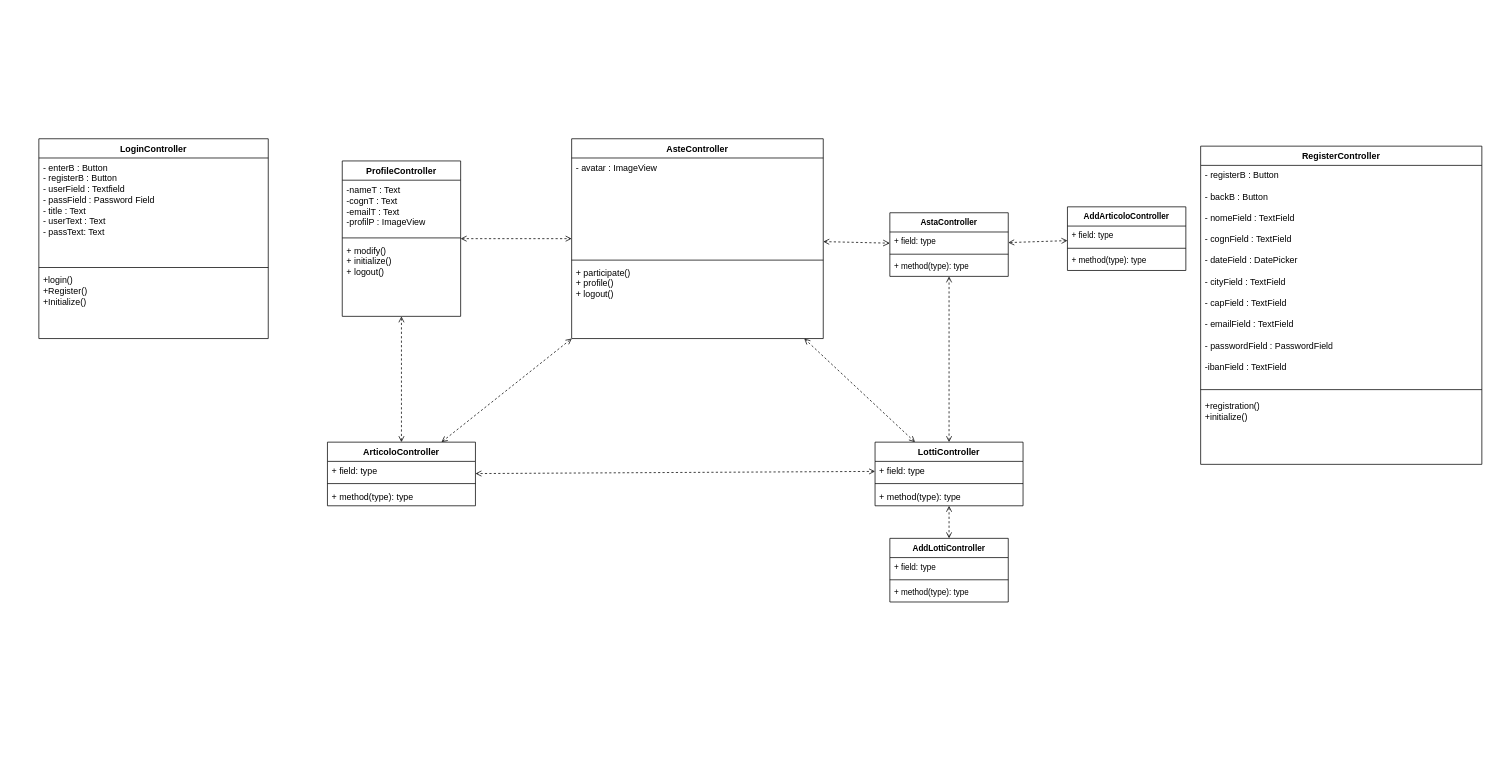
The draw.io diagram documenti/DC-Controller.drawio in Chaos-Rat/GAO, before the edit. Source tidied: cells renumbered, new cells numbered last; positions are measured from the earlier drawing's top-left corner, leaving out a move shared by most shapes. Both pictures are drawn from the tidied source at 74%, with x=0, y=0 at pixel (38, 138).
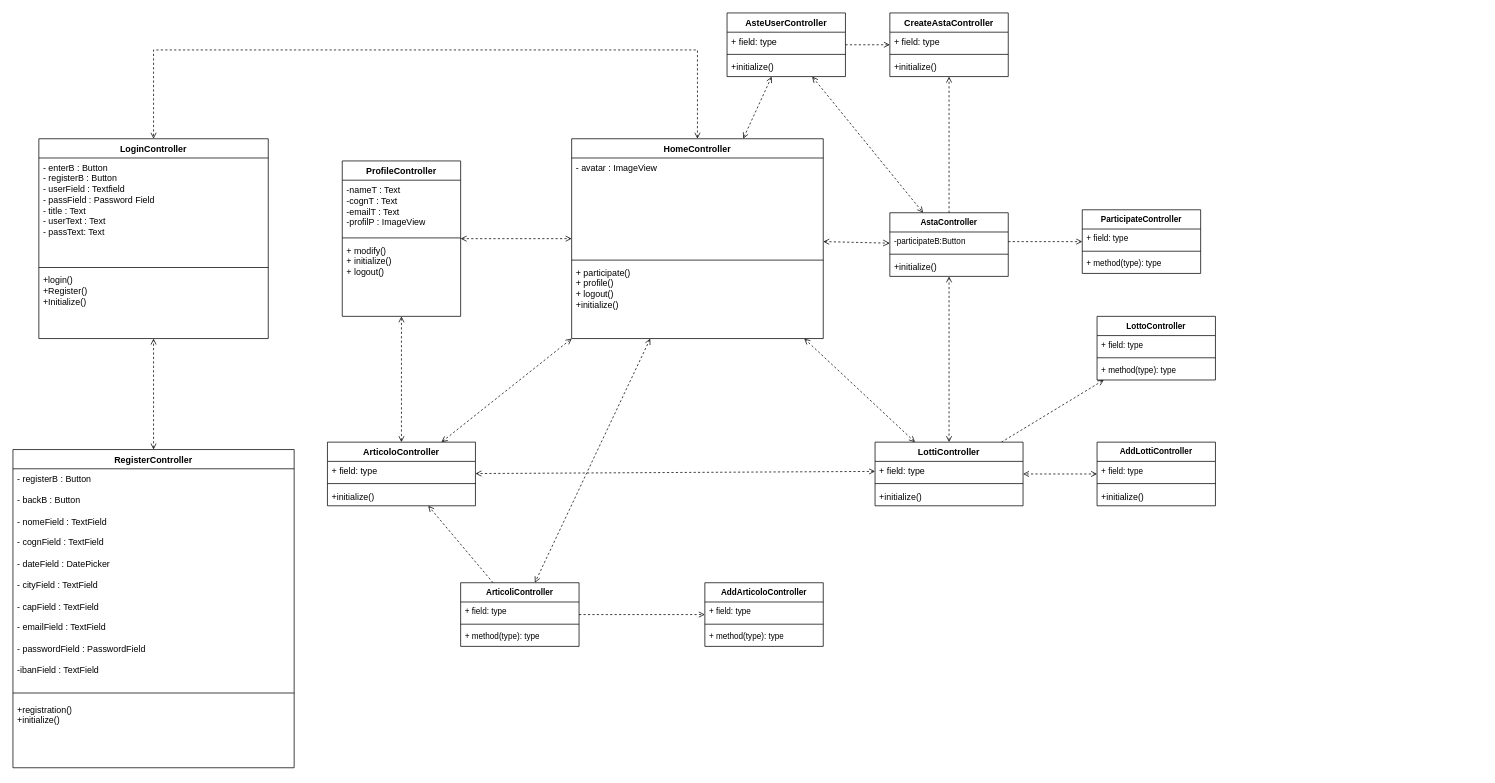
The same diagram, later.

Unchanged cells that the change refers to:
```xml
<mxCell id="6" value="LoginController" style="swimlane;fontStyle=1;align=center;verticalAlign=top;horizontal=1;startSize=26;whiteSpace=wrap;html=1;" parent="1" vertex="1">
  <mxGeometry width="310" height="270" as="geometry" />
</mxCell>
<mxCell id="20" value="LottiController" style="swimlane;fontStyle=1;align=center;verticalAlign=top;horizontal=1;startSize=26;whiteSpace=wrap;html=1;" parent="1" vertex="1">
  <mxGeometry x="1130" y="410" width="200" height="86" as="geometry" />
</mxCell>
<mxCell id="25" value="ArticoloController" style="swimlane;fontStyle=1;align=center;verticalAlign=top;horizontal=1;startSize=26;whiteSpace=wrap;html=1;" parent="1" vertex="1">
  <mxGeometry x="390" y="410" width="200" height="86" as="geometry" />
</mxCell>
<mxCell id="32" value="AstaController" style="swimlane;fontStyle=1;align=center;verticalAlign=top;horizontal=1;startSize=26;whiteSpace=wrap;html=1;fontFamily=Helvetica;fontSize=11;fontColor=default;labelBackgroundColor=default;" parent="1" vertex="1">
  <mxGeometry x="1150" y="100" width="160" height="86" as="geometry" />
</mxCell>
```

What changed in the source:
```diff
@@
+    <mxCell id="47" style="edgeStyle=orthogonalEdgeStyle;rounded=0;jettySize=auto;html=1;dashed=1;endArrow=open;endFill=0;startArrow=open;startFill=0;" parent="1" edge="1" source="2" target="6">
+      <mxGeometry relative="1" as="geometry">
+        <Array as="points">
+          <mxPoint x="890" y="-120" />
+          <mxPoint x="155" y="-120" />
+        </Array>
+      </mxGeometry>
+    </mxCell>
+    <mxCell id="48" style="edgeStyle=none;rounded=0;jettySize=auto;html=1;dashed=1;strokeColor=default;align=center;verticalAlign=middle;fontFamily=Helvetica;fontSize=11;fontColor=default;labelBackgroundColor=default;endArrow=open;endFill=0;startArrow=open;startFill=0;" parent="1" edge="1" source="2" target="69">
+      <mxGeometry relative="1" as="geometry" />
+    </mxCell>
-    <mxCell id="2" value="AsteController" style="swimlane;fontStyle=1;align=center;verticalAlign=top;horizontal=1;startSize=26;whiteSpace=wrap;html=1;" parent="1" vertex="1">
+    <mxCell id="2" value="HomeController" style="swimlane;fontStyle=1;align=center;verticalAlign=top;horizontal=1;startSize=26;whiteSpace=wrap;html=1;" parent="1" vertex="1">
       <mxGeometry x="720" width="340" height="270" as="geometry" />
     </mxCell>
@@
-    <mxCell id="5" value="+ participate()&lt;div&gt;+ profile()&lt;/div&gt;&lt;div&gt;+ logout()&lt;/div&gt;" style="text;strokeColor=none;fillColor=none;align=left;verticalAlign=top;spacingLeft=4;spacingRight=4;overflow=hidden;whiteSpace=wrap;html=1;" parent="2" vertex="1">
+    <mxCell id="5" value="+ participate()&lt;div&gt;+ profile()&lt;/div&gt;&lt;div&gt;+ logout()&lt;/div&gt;&lt;div&gt;+initialize()&lt;/div&gt;" style="text;strokeColor=none;fillColor=none;align=left;verticalAlign=top;spacingLeft=4;spacingRight=4;overflow=hidden;whiteSpace=wrap;html=1;" parent="2" vertex="1">
       <mxGeometry y="168" width="340" height="102" as="geometry" />
     </mxCell>
@@
+    <mxCell id="49" style="edgeStyle=orthogonalEdgeStyle;rounded=0;jettySize=auto;html=1;endArrow=open;endFill=0;dashed=1;startArrow=open;startFill=0;" parent="1" edge="1" source="10" target="6">
+      <mxGeometry relative="1" as="geometry" />
+    </mxCell>
     <mxCell id="10" value="RegisterController" style="swimlane;fontStyle=1;align=center;verticalAlign=top;horizontal=1;startSize=26;whiteSpace=wrap;html=1;" parent="1" vertex="1">
-      <mxGeometry x="1570" y="10" width="380" height="430" as="geometry" />
+      <mxGeometry x="-35" y="420" width="380" height="430" as="geometry" />
     </mxCell>
@@
+    <mxCell id="50" style="edgeStyle=none;rounded=0;jettySize=auto;html=1;dashed=1;strokeColor=default;align=center;verticalAlign=middle;fontFamily=Helvetica;fontSize=11;fontColor=default;labelBackgroundColor=default;endArrow=open;endFill=0;" parent="1" edge="1" source="20" target="63">
+      <mxGeometry relative="1" as="geometry" />
+    </mxCell>
@@
-    <mxCell id="23" value="+ method(type): type" style="text;strokeColor=none;fillColor=none;align=left;verticalAlign=top;spacingLeft=4;spacingRight=4;overflow=hidden;whiteSpace=wrap;html=1;" parent="20" vertex="1">
+    <mxCell id="23" value="+initialize()" style="text;strokeColor=none;fillColor=none;align=left;verticalAlign=top;spacingLeft=4;spacingRight=4;overflow=hidden;whiteSpace=wrap;html=1;" parent="20" vertex="1">
       <mxGeometry y="60" width="200" height="26" as="geometry" />
     </mxCell>
@@
-    <mxCell id="28" value="+ method(type): type" style="text;strokeColor=none;fillColor=none;align=left;verticalAlign=top;spacingLeft=4;spacingRight=4;overflow=hidden;whiteSpace=wrap;html=1;" parent="25" vertex="1">
+    <mxCell id="28" value="+initialize()" style="text;strokeColor=none;fillColor=none;align=left;verticalAlign=top;spacingLeft=4;spacingRight=4;overflow=hidden;whiteSpace=wrap;html=1;" parent="25" vertex="1">
       <mxGeometry y="60" width="200" height="26" as="geometry" />
     </mxCell>
@@
+    <mxCell id="51" style="edgeStyle=none;rounded=0;jettySize=auto;html=1;dashed=1;strokeColor=default;align=center;verticalAlign=middle;fontFamily=Helvetica;fontSize=11;fontColor=default;labelBackgroundColor=default;endArrow=open;endFill=0;" parent="1" edge="1" source="32" target="59">
+      <mxGeometry relative="1" as="geometry" />
+    </mxCell>
@@
-    <mxCell id="33" value="+ field: type" style="text;strokeColor=none;fillColor=none;align=left;verticalAlign=top;spacingLeft=4;spacingRight=4;overflow=hidden;points=[[0,0.5],[1,0.5]];portConstraint=eastwest;whiteSpace=wrap;html=1;fontFamily=Helvetica;fontSize=11;fontColor=default;labelBackgroundColor=default;" parent="32" vertex="1">
+    <mxCell id="33" value="-participateB:Button" style="text;strokeColor=none;fillColor=none;align=left;verticalAlign=top;spacingLeft=4;spacingRight=4;overflow=hidden;points=[[0,0.5],[1,0.5]];portConstraint=eastwest;whiteSpace=wrap;html=1;fontFamily=Helvetica;fontSize=11;fontColor=default;labelBackgroundColor=default;" parent="32" vertex="1">
       <mxGeometry y="26" width="160" height="26" as="geometry" />
     </mxCell>
@@
-    <mxCell id="35" value="+ method(type): type" style="text;strokeColor=none;fillColor=none;align=left;verticalAlign=top;spacingLeft=4;spacingRight=4;overflow=hidden;whiteSpace=wrap;html=1;fontFamily=Helvetica;fontSize=11;fontColor=default;labelBackgroundColor=default;" parent="32" vertex="1">
+    <mxCell id="35" value="&lt;span style=&quot;font-size: 12px; background-color: rgb(251, 251, 251);&quot;&gt;+initialize()&lt;/span&gt;" style="text;strokeColor=none;fillColor=none;align=left;verticalAlign=top;spacingLeft=4;spacingRight=4;overflow=hidden;whiteSpace=wrap;html=1;fontFamily=Helvetica;fontSize=11;fontColor=default;labelBackgroundColor=default;" parent="32" vertex="1">
       <mxGeometry y="60" width="160" height="26" as="geometry" />
     </mxCell>
@@
     <mxCell id="38" value="AddLottiController" style="swimlane;fontStyle=1;align=center;verticalAlign=top;horizontal=1;startSize=26;whiteSpace=wrap;html=1;fontFamily=Helvetica;fontSize=11;fontColor=default;labelBackgroundColor=default;" parent="1" vertex="1">
-      <mxGeometry x="1150" y="540" width="160" height="86" as="geometry" />
+      <mxGeometry x="1430" y="410" width="160" height="86" as="geometry" />
     </mxCell>
@@
-    <mxCell id="41" value="+ method(type): type" style="text;strokeColor=none;fillColor=none;align=left;verticalAlign=top;spacingLeft=4;spacingRight=4;overflow=hidden;whiteSpace=wrap;html=1;fontFamily=Helvetica;fontSize=11;fontColor=default;labelBackgroundColor=default;" parent="38" vertex="1">
+    <mxCell id="41" value="&lt;span style=&quot;font-size: 12px; background-color: rgb(251, 251, 251);&quot;&gt;+initialize()&lt;/span&gt;" style="text;strokeColor=none;fillColor=none;align=left;verticalAlign=top;spacingLeft=4;spacingRight=4;overflow=hidden;whiteSpace=wrap;html=1;fontFamily=Helvetica;fontSize=11;fontColor=default;labelBackgroundColor=default;" parent="38" vertex="1">
       <mxGeometry y="60" width="160" height="26" as="geometry" />
     </mxCell>
-    <mxCell id="42" style="edgeStyle=none;rounded=0;jettySize=auto;html=1;dashed=1;strokeColor=default;align=center;verticalAlign=middle;fontFamily=Helvetica;fontSize=11;fontColor=default;labelBackgroundColor=default;startArrow=open;startFill=0;endArrow=open;endFill=0;" parent="1" edge="1" source="43" target="32">
-      <mxGeometry relative="1" as="geometry" />
-    </mxCell>
+    <mxCell id="52" style="rounded=0;jettySize=auto;html=1;dashed=1;endArrow=open;endFill=0;" parent="1" edge="1" source="55" target="59">
+      <mxGeometry relative="1" as="geometry" />
+    </mxCell>
+    <mxCell id="53" style="edgeStyle=none;rounded=0;jettySize=auto;html=1;dashed=1;strokeColor=default;align=center;verticalAlign=middle;fontFamily=Helvetica;fontSize=11;fontColor=default;labelBackgroundColor=default;endArrow=open;endFill=0;startArrow=open;startFill=0;" parent="1" edge="1" source="55" target="2">
+      <mxGeometry relative="1" as="geometry" />
+    </mxCell>
+    <mxCell id="54" style="edgeStyle=none;rounded=0;jettySize=auto;html=1;dashed=1;strokeColor=default;align=center;verticalAlign=middle;fontFamily=Helvetica;fontSize=11;fontColor=default;labelBackgroundColor=default;endArrow=open;endFill=0;startArrow=open;startFill=0;" parent="1" edge="1" source="55" target="32">
+      <mxGeometry relative="1" as="geometry" />
+    </mxCell>
+    <mxCell id="55" value="AsteUserController" style="swimlane;fontStyle=1;align=center;verticalAlign=top;horizontal=1;startSize=26;whiteSpace=wrap;html=1;" parent="1" vertex="1">
+      <mxGeometry x="930" y="-170" width="160" height="86" as="geometry" />
+    </mxCell>
+    <mxCell id="56" value="+ field: type" style="text;strokeColor=none;fillColor=none;align=left;verticalAlign=top;spacingLeft=4;spacingRight=4;overflow=hidden;whiteSpace=wrap;html=1;" parent="55" vertex="1">
+      <mxGeometry y="26" width="160" height="26" as="geometry" />
+    </mxCell>
+    <mxCell id="57" style="line;strokeWidth=1;fillColor=none;align=left;verticalAlign=middle;spacingTop=-1;spacingLeft=3;spacingRight=3;labelPosition=right;strokeColor=inherit;" parent="55" vertex="1">
+      <mxGeometry y="52" width="160" height="8" as="geometry" />
+    </mxCell>
+    <mxCell id="58" value="+initialize()" style="text;strokeColor=none;fillColor=none;align=left;verticalAlign=top;spacingLeft=4;spacingRight=4;overflow=hidden;whiteSpace=wrap;html=1;" parent="55" vertex="1">
+      <mxGeometry y="60" width="160" height="26" as="geometry" />
+    </mxCell>
+    <mxCell id="59" value="CreateAstaController" style="swimlane;fontStyle=1;align=center;verticalAlign=top;horizontal=1;startSize=26;whiteSpace=wrap;html=1;" parent="1" vertex="1">
+      <mxGeometry x="1150" y="-170" width="160" height="86" as="geometry" />
+    </mxCell>
+    <mxCell id="60" value="+ field: type" style="text;strokeColor=none;fillColor=none;align=left;verticalAlign=top;spacingLeft=4;spacingRight=4;overflow=hidden;whiteSpace=wrap;html=1;" parent="59" vertex="1">
+      <mxGeometry y="26" width="160" height="26" as="geometry" />
+    </mxCell>
+    <mxCell id="61" style="line;strokeWidth=1;fillColor=none;align=left;verticalAlign=middle;spacingTop=-1;spacingLeft=3;spacingRight=3;labelPosition=right;strokeColor=inherit;" parent="59" vertex="1">
+      <mxGeometry y="52" width="160" height="8" as="geometry" />
+    </mxCell>
+    <mxCell id="62" value="+initialize()" style="text;strokeColor=none;fillColor=none;align=left;verticalAlign=top;spacingLeft=4;spacingRight=4;overflow=hidden;whiteSpace=wrap;html=1;" parent="59" vertex="1">
+      <mxGeometry y="60" width="160" height="26" as="geometry" />
+    </mxCell>
+    <mxCell id="63" value="LottoController" style="swimlane;fontStyle=1;align=center;verticalAlign=top;horizontal=1;startSize=26;whiteSpace=wrap;html=1;fontFamily=Helvetica;fontSize=11;fontColor=default;labelBackgroundColor=default;" parent="1" vertex="1">
+      <mxGeometry x="1430" y="240" width="160" height="86" as="geometry" />
+    </mxCell>
+    <mxCell id="64" value="+ field: type" style="text;strokeColor=none;fillColor=none;align=left;verticalAlign=top;spacingLeft=4;spacingRight=4;overflow=hidden;whiteSpace=wrap;html=1;fontFamily=Helvetica;fontSize=11;fontColor=default;labelBackgroundColor=default;" parent="63" vertex="1">
+      <mxGeometry y="26" width="160" height="26" as="geometry" />
+    </mxCell>
+    <mxCell id="65" style="line;strokeWidth=1;fillColor=none;align=left;verticalAlign=middle;spacingTop=-1;spacingLeft=3;spacingRight=3;labelPosition=right;strokeColor=inherit;fontFamily=Helvetica;fontSize=11;fontColor=default;labelBackgroundColor=default;" parent="63" vertex="1">
+      <mxGeometry y="52" width="160" height="8" as="geometry" />
+    </mxCell>
+    <mxCell id="66" value="+ method(type): type" style="text;strokeColor=none;fillColor=none;align=left;verticalAlign=top;spacingLeft=4;spacingRight=4;overflow=hidden;whiteSpace=wrap;html=1;fontFamily=Helvetica;fontSize=11;fontColor=default;labelBackgroundColor=default;" parent="63" vertex="1">
+      <mxGeometry y="60" width="160" height="26" as="geometry" />
+    </mxCell>
+    <mxCell id="67" style="edgeStyle=none;rounded=0;jettySize=auto;html=1;dashed=1;strokeColor=default;align=center;verticalAlign=middle;fontFamily=Helvetica;fontSize=11;fontColor=default;labelBackgroundColor=default;endArrow=open;endFill=0;" parent="1" edge="1" source="69" target="43">
+      <mxGeometry relative="1" as="geometry" />
+    </mxCell>
+    <mxCell id="68" style="edgeStyle=none;rounded=0;jettySize=auto;html=1;dashed=1;strokeColor=default;align=center;verticalAlign=middle;fontFamily=Helvetica;fontSize=11;fontColor=default;labelBackgroundColor=default;endArrow=open;endFill=0;" parent="1" edge="1" source="69" target="25">
+      <mxGeometry relative="1" as="geometry" />
+    </mxCell>
+    <mxCell id="69" value="ArticoliController" style="swimlane;fontStyle=1;align=center;verticalAlign=top;horizontal=1;startSize=26;whiteSpace=wrap;html=1;fontFamily=Helvetica;fontSize=11;fontColor=default;labelBackgroundColor=default;" parent="1" vertex="1">
+      <mxGeometry x="570" y="600" width="160" height="86" as="geometry" />
+    </mxCell>
+    <mxCell id="70" value="+ field: type" style="text;strokeColor=none;fillColor=none;align=left;verticalAlign=top;spacingLeft=4;spacingRight=4;overflow=hidden;whiteSpace=wrap;html=1;fontFamily=Helvetica;fontSize=11;fontColor=default;labelBackgroundColor=default;" parent="69" vertex="1">
+      <mxGeometry y="26" width="160" height="26" as="geometry" />
+    </mxCell>
+    <mxCell id="71" style="line;strokeWidth=1;fillColor=none;align=left;verticalAlign=middle;spacingTop=-1;spacingLeft=3;spacingRight=3;labelPosition=right;strokeColor=inherit;fontFamily=Helvetica;fontSize=11;fontColor=default;labelBackgroundColor=default;" parent="69" vertex="1">
+      <mxGeometry y="52" width="160" height="8" as="geometry" />
+    </mxCell>
+    <mxCell id="72" value="+ method(type): type" style="text;strokeColor=none;fillColor=none;align=left;verticalAlign=top;spacingLeft=4;spacingRight=4;overflow=hidden;whiteSpace=wrap;html=1;fontFamily=Helvetica;fontSize=11;fontColor=default;labelBackgroundColor=default;" parent="69" vertex="1">
+      <mxGeometry y="60" width="160" height="26" as="geometry" />
+    </mxCell>
     <mxCell id="43" value="AddArticoloController" style="swimlane;fontStyle=1;align=center;verticalAlign=top;horizontal=1;startSize=26;whiteSpace=wrap;html=1;fontFamily=Helvetica;fontSize=11;fontColor=default;labelBackgroundColor=default;" parent="1" vertex="1">
-      <mxGeometry x="1390" y="92" width="160" height="86" as="geometry" />
+      <mxGeometry x="900" y="600" width="160" height="86" as="geometry" />
     </mxCell>
-    <mxCell id="44" value="+ field: type" style="text;strokeColor=none;fillColor=none;align=left;verticalAlign=top;spacingLeft=4;spacingRight=4;overflow=hidden;whiteSpace=wrap;html=1;fontFamily=Helvetica;fontSize=11;fontColor=default;labelBackgroundColor=default;" parent="43" vertex="1">
-      <mxGeometry y="26" width="160" height="26" as="geometry" />
-    </mxCell>
-    <mxCell id="45" style="line;strokeWidth=1;fillColor=none;align=left;verticalAlign=middle;spacingTop=-1;spacingLeft=3;spacingRight=3;labelPosition=right;strokeColor=inherit;fontFamily=Helvetica;fontSize=11;fontColor=default;labelBackgroundColor=default;" parent="43" vertex="1">
-      <mxGeometry y="52" width="160" height="8" as="geometry" />
-    </mxCell>
-    <mxCell id="46" value="+ method(type): type" style="text;strokeColor=none;fillColor=none;align=left;verticalAlign=top;spacingLeft=4;spacingRight=4;overflow=hidden;whiteSpace=wrap;html=1;fontFamily=Helvetica;fontSize=11;fontColor=default;labelBackgroundColor=default;" parent="43" vertex="1">
-      <mxGeometry y="60" width="160" height="26" as="geometry" />
-    </mxCell>
+    <mxCell id="73" value="+ field: type" style="text;strokeColor=none;fillColor=none;align=left;verticalAlign=top;spacingLeft=4;spacingRight=4;overflow=hidden;whiteSpace=wrap;html=1;fontFamily=Helvetica;fontSize=11;fontColor=default;labelBackgroundColor=default;" parent="43" vertex="1">
+      <mxGeometry y="26" width="160" height="26" as="geometry" />
+    </mxCell>
+    <mxCell id="74" style="line;strokeWidth=1;fillColor=none;align=left;verticalAlign=middle;spacingTop=-1;spacingLeft=3;spacingRight=3;labelPosition=right;strokeColor=inherit;fontFamily=Helvetica;fontSize=11;fontColor=default;labelBackgroundColor=default;" parent="43" vertex="1">
+      <mxGeometry y="52" width="160" height="8" as="geometry" />
+    </mxCell>
+    <mxCell id="75" value="+ method(type): type" style="text;strokeColor=none;fillColor=none;align=left;verticalAlign=top;spacingLeft=4;spacingRight=4;overflow=hidden;whiteSpace=wrap;html=1;fontFamily=Helvetica;fontSize=11;fontColor=default;labelBackgroundColor=default;" parent="43" vertex="1">
+      <mxGeometry y="60" width="160" height="26" as="geometry" />
+    </mxCell>
+    <mxCell id="76" value="ParticipateController" style="swimlane;fontStyle=1;align=center;verticalAlign=top;horizontal=1;startSize=26;whiteSpace=wrap;html=1;fontFamily=Helvetica;fontSize=11;fontColor=default;labelBackgroundColor=default;" parent="1" vertex="1">
+      <mxGeometry x="1410" y="96" width="160" height="86" as="geometry" />
+    </mxCell>
+    <mxCell id="77" value="+ field: type" style="text;strokeColor=none;fillColor=none;align=left;verticalAlign=top;spacingLeft=4;spacingRight=4;overflow=hidden;whiteSpace=wrap;html=1;fontFamily=Helvetica;fontSize=11;fontColor=default;labelBackgroundColor=default;" parent="76" vertex="1">
+      <mxGeometry y="26" width="160" height="26" as="geometry" />
+    </mxCell>
+    <mxCell id="78" style="line;strokeWidth=1;fillColor=none;align=left;verticalAlign=middle;spacingTop=-1;spacingLeft=3;spacingRight=3;labelPosition=right;strokeColor=inherit;fontFamily=Helvetica;fontSize=11;fontColor=default;labelBackgroundColor=default;" parent="76" vertex="1">
+      <mxGeometry y="52" width="160" height="8" as="geometry" />
+    </mxCell>
+    <mxCell id="79" value="+ method(type): type" style="text;strokeColor=none;fillColor=none;align=left;verticalAlign=top;spacingLeft=4;spacingRight=4;overflow=hidden;whiteSpace=wrap;html=1;fontFamily=Helvetica;fontSize=11;fontColor=default;labelBackgroundColor=default;" parent="76" vertex="1">
+      <mxGeometry y="60" width="160" height="26" as="geometry" />
+    </mxCell>
+    <mxCell id="80" style="edgeStyle=none;rounded=0;jettySize=auto;html=1;dashed=1;strokeColor=default;align=center;verticalAlign=middle;fontFamily=Helvetica;fontSize=11;fontColor=default;labelBackgroundColor=default;endArrow=open;endFill=0;" parent="1" edge="1" source="33" target="76">
+      <mxGeometry relative="1" as="geometry" />
+    </mxCell>
```
